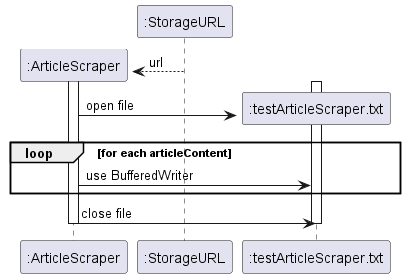
Above: docs/UML_Diagrams/ArticleScraperSequence2.png in AhmedShaiyan/tp (PlantUML), before the change.
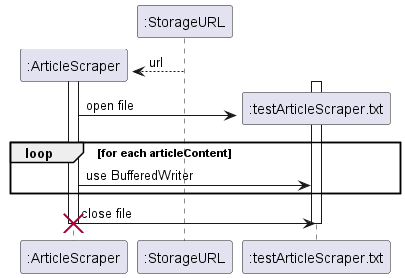
After the change.

Diff of the diagram source:
```diff
@@ -17,6 +17,6 @@
 ":ArticleScraper" -> ":testArticleScraper.txt" : close file
 
 deactivate ":testArticleScraper.txt"
-deactivate ":ArticleScraper"
+destroy ":ArticleScraper"
 
 @enduml
```
